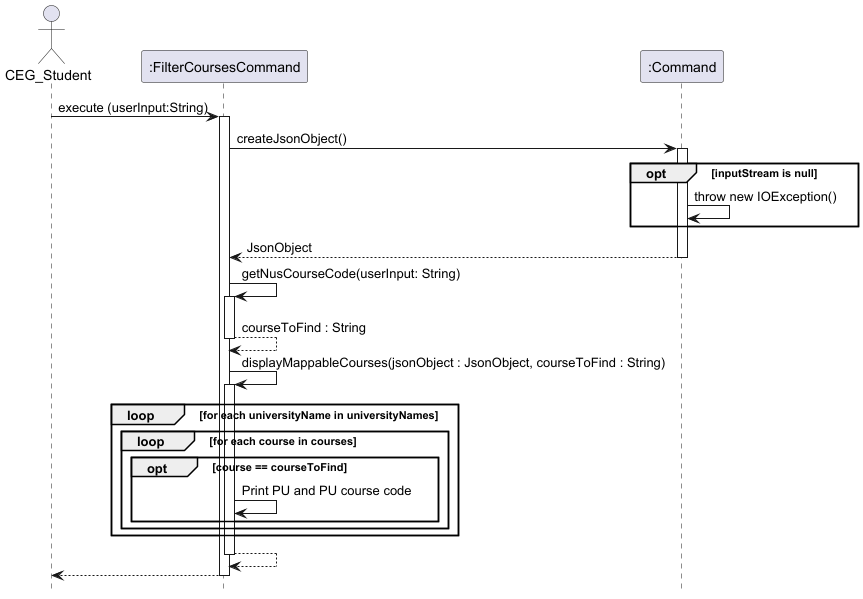
nus-cs2113-AY2425S1/tp keeps this PlantUML diagram as docs/images/FilterCoursesCommand.png. Above is the earlier version.
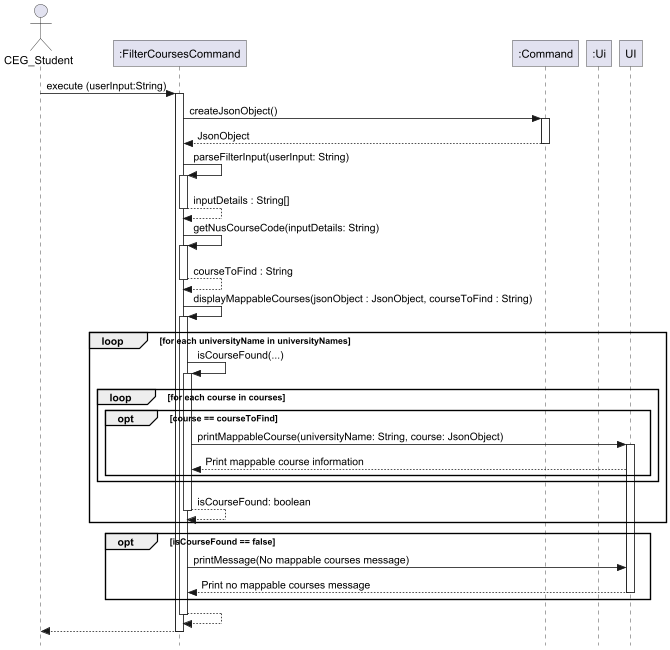
Later version of the same file.

Commit message:
Update sequence diagram images

The edit, as a diff of the source:
```diff
@@ -1,9 +1,11 @@
 @startuml
+!include .SequenceDiagram.config
 hide footbox
 
 actor CEG_Student
 participant ":FilterCoursesCommand" as FilterCoursesCommand
 participant ":Command" as Command
+participant ":Ui" as Ui
 
 CEG_Student -> FilterCoursesCommand: execute (userInput:String)
 activate FilterCoursesCommand
@@ -11,26 +13,39 @@
 FilterCoursesCommand -> Command: createJsonObject()
 activate Command
 
-opt inputStream is null
-    Command -> Command: throw new IOException()
-end
-
 Command --> FilterCoursesCommand: JsonObject
 deactivate Command
 
-FilterCoursesCommand -> FilterCoursesCommand: getNusCourseCode(userInput: String)
+FilterCoursesCommand -> FilterCoursesCommand: parseFilterInput(userInput: String)
 activate FilterCoursesCommand
+return inputDetails : String[]
+
+FilterCoursesCommand -> FilterCoursesCommand: getNusCourseCode(inputDetails: String)
+activate FilterCoursesCommand
+
 return courseToFind : String
 
 FilterCoursesCommand -> FilterCoursesCommand: displayMappableCourses(jsonObject : JsonObject, courseToFind : String)
 activate FilterCoursesCommand
 
 loop for each universityName in universityNames
-        loop for each course in courses
-            opt course == courseToFind
-                FilterCoursesCommand -> FilterCoursesCommand: Print PU and PU course code
-            end
+    FilterCoursesCommand -> FilterCoursesCommand: isCourseFound(...)
+    activate FilterCoursesCommand
+    loop for each course in courses
+        opt course == courseToFind
+            FilterCoursesCommand -> UI: printMappableCourse(universityName: String, course: JsonObject)
+            activate UI
+            UI --> FilterCoursesCommand: Print mappable course information
         end
+    end
+    FilterCoursesCommand --> FilterCoursesCommand: isCourseFound: boolean
+    deactivate FilterCoursesCommand
+end
+
+opt isCourseFound == false
+    FilterCoursesCommand -> UI: printMessage(No mappable courses message)
+    UI --> FilterCoursesCommand: Print no mappable courses message
+    deactivate UI
 end
 
 FilterCoursesCommand --> FilterCoursesCommand
```
